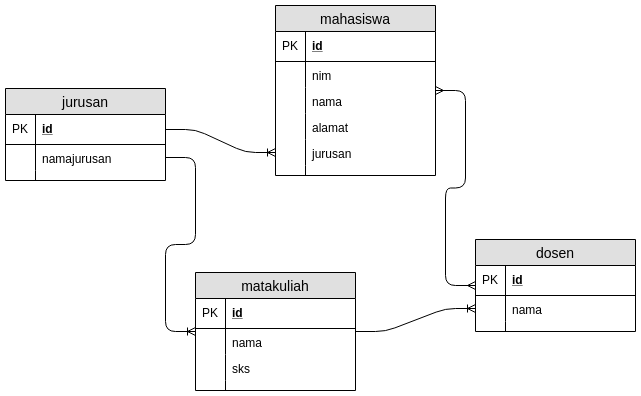
This is 014 - Database/university.db.png from emzhofb/rubicamp, a draw.io export, as it was before one commit. Source tidied: cells renumbered, new cells last; positions are measured from the earlier drawing's top-left corner, leaving out a move shared by most shapes.
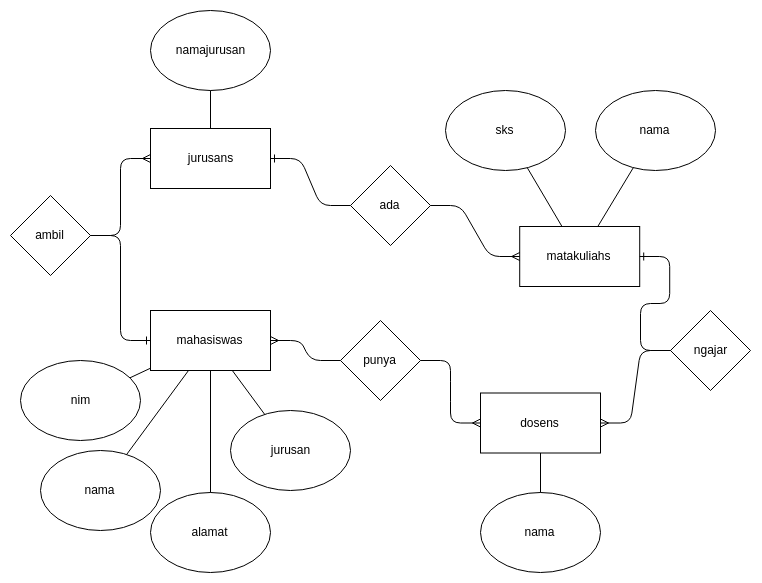
The same file after the commit.

Diff of the diagram source:
```diff
@@ -2,125 +2,101 @@
   <root>
     <mxCell id="0" />
     <mxCell id="1" parent="0" />
-    <mxCell id="2" value="mahasiswa" style="swimlane;fontStyle=0;horizontal=1;startSize=26;fillColor=#e0e0e0;swimlaneFillColor=#ffffff;align=center;fontSize=14;" parent="1" vertex="1">
-      <mxGeometry x="270" width="160" height="170" as="geometry" />
-    </mxCell>
-    <mxCell id="3" value="id" style="shape=partialRectangle;top=0;left=0;right=0;bottom=1;align=left;verticalAlign=middle;fillColor=none;spacingLeft=34;spacingRight=4;overflow=hidden;fontStyle=5;fontSize=12;" parent="2" vertex="1">
-      <mxGeometry y="26" width="160" height="30" as="geometry" />
-    </mxCell>
-    <mxCell id="4" value="PK" style="shape=partialRectangle;top=0;left=0;bottom=0;fillColor=none;align=left;verticalAlign=middle;spacingLeft=4;spacingRight=4;overflow=hidden;fontSize=12;" parent="3" vertex="1">
-      <mxGeometry width="30" height="30" as="geometry" />
-    </mxCell>
+    <mxCell id="42" value="mahasiswas" style="rounded=0;whiteSpace=wrap;html=1;" parent="1" vertex="1">
+      <mxGeometry x="-290" y="143" width="120" height="60" as="geometry" />
+    </mxCell>
+    <mxCell id="43" value="&lt;span&gt;nama&lt;/span&gt;" style="ellipse;whiteSpace=wrap;html=1;" parent="1" vertex="1">
+      <mxGeometry x="-400" y="283" width="120" height="80" as="geometry" />
+    </mxCell>
-    <mxCell id="5" value="nim" style="shape=partialRectangle;top=0;left=0;right=0;bottom=0;align=left;verticalAlign=top;fillColor=none;spacingLeft=34;spacingRight=4;overflow=hidden;points=[[0,0.5],[1,0.5]];portConstraint=eastwest;fontSize=12;" parent="2" vertex="1">
-      <mxGeometry y="56" width="160" height="26" as="geometry" />
+    <mxCell id="5" value="&lt;span&gt;nim&lt;/span&gt;" style="ellipse;whiteSpace=wrap;html=1;" parent="1" vertex="1">
+      <mxGeometry x="-420" y="193" width="120" height="80" as="geometry" />
     </mxCell>
-    <mxCell id="6" style="shape=partialRectangle;top=0;left=0;bottom=0;fillColor=none;align=left;verticalAlign=top;spacingLeft=4;spacingRight=4;overflow=hidden;fontSize=12;" parent="5" vertex="1">
-      <mxGeometry width="30" height="26" as="geometry" />
-    </mxCell>
-    <mxCell id="7" value="nama" style="shape=partialRectangle;top=0;left=0;right=0;bottom=0;align=left;verticalAlign=top;fillColor=none;spacingLeft=34;spacingRight=4;overflow=hidden;fontSize=12;" parent="2" vertex="1">
-      <mxGeometry y="82" width="160" height="26" as="geometry" />
-    </mxCell>
-    <mxCell id="8" style="shape=partialRectangle;top=0;left=0;bottom=0;fillColor=none;align=left;verticalAlign=top;spacingLeft=4;spacingRight=4;overflow=hidden;fontSize=12;" parent="7" vertex="1">
-      <mxGeometry width="30" height="26" as="geometry" />
-    </mxCell>
+    <mxCell id="44" value="&lt;span&gt;jurusan&lt;/span&gt;" style="ellipse;whiteSpace=wrap;html=1;" parent="1" vertex="1">
+      <mxGeometry x="-210" y="243" width="120" height="80" as="geometry" />
+    </mxCell>
-    <mxCell id="9" value="alamat" style="shape=partialRectangle;top=0;left=0;right=0;bottom=0;align=left;verticalAlign=top;fillColor=none;spacingLeft=34;spacingRight=4;overflow=hidden;points=[[0,0.5],[1,0.5]];portConstraint=eastwest;fontSize=12;" parent="2" vertex="1">
-      <mxGeometry y="108" width="160" height="26" as="geometry" />
+    <mxCell id="9" value="&lt;span&gt;alamat&lt;/span&gt;" style="ellipse;whiteSpace=wrap;html=1;" parent="1" vertex="1">
+      <mxGeometry x="-290" y="325" width="120" height="80" as="geometry" />
     </mxCell>
-    <mxCell id="10" style="shape=partialRectangle;top=0;left=0;bottom=0;fillColor=none;align=left;verticalAlign=top;spacingLeft=4;spacingRight=4;overflow=hidden;fontSize=12;" parent="9" vertex="1">
-      <mxGeometry width="30" height="26" as="geometry" />
-    </mxCell>
-    <mxCell id="11" value="jurusan" style="shape=partialRectangle;top=0;left=0;right=0;bottom=0;align=left;verticalAlign=top;fillColor=none;spacingLeft=34;spacingRight=4;overflow=hidden;points=[[0,0.5],[1,0.5]];portConstraint=eastwest;fontSize=12;" parent="2" vertex="1">
-      <mxGeometry y="134" width="160" height="26" as="geometry" />
-    </mxCell>
-    <mxCell id="12" style="shape=partialRectangle;top=0;left=0;bottom=0;fillColor=none;align=left;verticalAlign=top;spacingLeft=4;spacingRight=4;overflow=hidden;fontSize=12;" parent="11" vertex="1">
-      <mxGeometry width="30" height="26" as="geometry" />
-    </mxCell>
-    <mxCell id="13" style="shape=partialRectangle;top=0;left=0;right=0;bottom=0;align=left;verticalAlign=top;fillColor=none;spacingLeft=34;spacingRight=4;overflow=hidden;fontSize=12;" parent="2" vertex="1">
-      <mxGeometry y="160" width="160" height="10" as="geometry" />
-    </mxCell>
-    <mxCell id="14" style="shape=partialRectangle;top=0;left=0;bottom=0;fillColor=none;align=left;verticalAlign=top;spacingLeft=4;spacingRight=4;overflow=hidden;fontSize=12;" parent="13" vertex="1">
-      <mxGeometry width="30" height="10" as="geometry" />
-    </mxCell>
-    <mxCell id="15" value="jurusan" style="swimlane;fontStyle=0;horizontal=1;startSize=26;fillColor=#e0e0e0;swimlaneFillColor=#ffffff;align=center;fontSize=14;" parent="1" vertex="1">
-      <mxGeometry y="83" width="160" height="92" as="geometry" />
-    </mxCell>
-    <mxCell id="16" value="id" style="shape=partialRectangle;top=0;left=0;right=0;bottom=1;align=left;verticalAlign=middle;fillColor=none;spacingLeft=34;spacingRight=4;overflow=hidden;points=[[0,0.5],[1,0.5]];portConstraint=eastwest;fontStyle=5;fontSize=12;" parent="15" vertex="1">
-      <mxGeometry y="26" width="160" height="30" as="geometry" />
-    </mxCell>
-    <mxCell id="17" value="PK" style="shape=partialRectangle;top=0;left=0;bottom=0;fillColor=none;align=left;verticalAlign=middle;spacingLeft=4;spacingRight=4;overflow=hidden;fontSize=12;" parent="16" vertex="1">
-      <mxGeometry width="30" height="30" as="geometry" />
-    </mxCell>
+    <mxCell id="45" style="endArrow=none;html=1;" parent="1" edge="1" source="5" target="42">
+      <mxGeometry relative="1" as="geometry" />
+    </mxCell>
+    <mxCell id="46" style="endArrow=none;html=1;" parent="1" edge="1" source="43" target="42">
+      <mxGeometry relative="1" as="geometry" />
+    </mxCell>
+    <mxCell id="47" style="endArrow=none;html=1;" parent="1" edge="1" source="9" target="42">
+      <mxGeometry relative="1" as="geometry" />
+    </mxCell>
+    <mxCell id="48" style="endArrow=none;html=1;" parent="1" edge="1" source="44" target="42">
+      <mxGeometry relative="1" as="geometry" />
+    </mxCell>
+    <mxCell id="49" value="jurusans" style="rounded=0;whiteSpace=wrap;html=1;" parent="1" vertex="1">
+      <mxGeometry x="-290" y="-39" width="120" height="60" as="geometry" />
+    </mxCell>
-    <mxCell id="18" value="namajurusan" style="shape=partialRectangle;top=0;left=0;right=0;bottom=0;align=left;verticalAlign=top;fillColor=none;spacingLeft=34;spacingRight=4;overflow=hidden;points=[[0,0.5],[1,0.5]];portConstraint=eastwest;fontSize=12;" parent="15" vertex="1">
-      <mxGeometry y="56" width="160" height="26" as="geometry" />
+    <mxCell id="18" value="namajurusan" style="ellipse;whiteSpace=wrap;html=1;" parent="1" vertex="1">
+      <mxGeometry x="-290" y="-157" width="120" height="80" as="geometry" />
     </mxCell>
-    <mxCell id="19" style="shape=partialRectangle;top=0;left=0;bottom=0;fillColor=none;align=left;verticalAlign=top;spacingLeft=4;spacingRight=4;overflow=hidden;fontSize=12;" parent="18" vertex="1">
-      <mxGeometry width="30" height="26" as="geometry" />
-    </mxCell>
-    <mxCell id="20" style="shape=partialRectangle;top=0;left=0;right=0;bottom=0;align=left;verticalAlign=top;fillColor=none;spacingLeft=34;spacingRight=4;overflow=hidden;fontSize=12;" parent="15" vertex="1">
-      <mxGeometry y="82" width="160" height="10" as="geometry" />
-    </mxCell>
-    <mxCell id="21" style="shape=partialRectangle;top=0;left=0;bottom=0;fillColor=none;align=left;verticalAlign=top;spacingLeft=4;spacingRight=4;overflow=hidden;fontSize=12;" parent="20" vertex="1">
-      <mxGeometry width="30" height="10" as="geometry" />
-    </mxCell>
-    <mxCell id="22" value="matakuliah" style="swimlane;fontStyle=0;horizontal=1;startSize=26;fillColor=#e0e0e0;swimlaneFillColor=#ffffff;align=center;fontSize=14;" parent="1" vertex="1">
-      <mxGeometry x="190" y="267" width="160" height="118" as="geometry" />
-    </mxCell>
-    <mxCell id="23" value="id" style="shape=partialRectangle;top=0;left=0;right=0;bottom=1;align=left;verticalAlign=middle;fillColor=none;spacingLeft=34;spacingRight=4;overflow=hidden;fontStyle=5;fontSize=12;" parent="22" vertex="1">
-      <mxGeometry y="26" width="160" height="30" as="geometry" />
-    </mxCell>
-    <mxCell id="24" value="PK" style="shape=partialRectangle;top=0;left=0;bottom=0;fillColor=none;align=left;verticalAlign=middle;spacingLeft=4;spacingRight=4;overflow=hidden;fontSize=12;" parent="23" vertex="1">
-      <mxGeometry width="30" height="30" as="geometry" />
-    </mxCell>
-    <mxCell id="25" value="nama" style="shape=partialRectangle;top=0;left=0;right=0;bottom=0;align=left;verticalAlign=top;fillColor=none;spacingLeft=34;spacingRight=4;overflow=hidden;fontSize=12;" parent="22" vertex="1">
-      <mxGeometry y="56" width="160" height="26" as="geometry" />
-    </mxCell>
-    <mxCell id="26" style="shape=partialRectangle;top=0;left=0;bottom=0;fillColor=none;align=left;verticalAlign=top;spacingLeft=4;spacingRight=4;overflow=hidden;fontSize=12;" parent="25" vertex="1">
-      <mxGeometry width="30" height="26" as="geometry" />
-    </mxCell>
+    <mxCell id="50" style="endArrow=none;html=1;" parent="1" edge="1" source="49" target="18">
+      <mxGeometry relative="1" as="geometry" />
+    </mxCell>
+    <mxCell id="51" value="dosens" style="rounded=0;whiteSpace=wrap;html=1;" parent="1" vertex="1">
+      <mxGeometry x="40" y="225.5" width="120" height="60" as="geometry" />
+    </mxCell>
+    <mxCell id="52" value="nama" style="ellipse;whiteSpace=wrap;html=1;" parent="1" vertex="1">
+      <mxGeometry x="40" y="325" width="120" height="80" as="geometry" />
+    </mxCell>
+    <mxCell id="53" style="endArrow=none;html=1;" parent="1" edge="1" source="52" target="51">
+      <mxGeometry relative="1" as="geometry" />
+    </mxCell>
+    <mxCell id="54" value="matakuliahs" style="rounded=0;whiteSpace=wrap;html=1;" parent="1" vertex="1">
+      <mxGeometry x="79.2" y="59" width="120" height="60" as="geometry" />
+    </mxCell>
-    <mxCell id="27" value="sks" style="shape=partialRectangle;top=0;left=0;right=0;bottom=0;align=left;verticalAlign=top;fillColor=none;spacingLeft=34;spacingRight=4;overflow=hidden;points=[[0,0.5],[1,0.5]];portConstraint=eastwest;fontSize=12;" parent="22" vertex="1">
-      <mxGeometry y="82" width="160" height="26" as="geometry" />
+    <mxCell id="27" value="&lt;span&gt;sks&lt;/span&gt;" style="ellipse;whiteSpace=wrap;html=1;" parent="1" vertex="1">
+      <mxGeometry x="5.2" y="-77" width="120" height="80" as="geometry" />
     </mxCell>
-    <mxCell id="28" style="shape=partialRectangle;top=0;left=0;bottom=0;fillColor=none;align=left;verticalAlign=top;spacingLeft=4;spacingRight=4;overflow=hidden;fontSize=12;" parent="27" vertex="1">
-      <mxGeometry width="30" height="26" as="geometry" />
-    </mxCell>
-    <mxCell id="29" style="shape=partialRectangle;top=0;left=0;right=0;bottom=0;align=left;verticalAlign=top;fillColor=none;spacingLeft=34;spacingRight=4;overflow=hidden;fontSize=12;" parent="22" vertex="1">
-      <mxGeometry y="108" width="160" height="10" as="geometry" />
-    </mxCell>
-    <mxCell id="30" style="shape=partialRectangle;top=0;left=0;bottom=0;fillColor=none;align=left;verticalAlign=top;spacingLeft=4;spacingRight=4;overflow=hidden;fontSize=12;" parent="29" vertex="1">
-      <mxGeometry width="30" height="10" as="geometry" />
-    </mxCell>
-    <mxCell id="31" value="dosen" style="swimlane;fontStyle=0;horizontal=1;startSize=26;fillColor=#e0e0e0;swimlaneFillColor=#ffffff;align=center;fontSize=14;" parent="1" vertex="1">
-      <mxGeometry x="470" y="234" width="160" height="92" as="geometry" />
-    </mxCell>
-    <mxCell id="32" value="id" style="shape=partialRectangle;top=0;left=0;right=0;bottom=1;align=left;verticalAlign=middle;fillColor=none;spacingLeft=34;spacingRight=4;overflow=hidden;fontStyle=5;fontSize=12;" parent="31" vertex="1">
-      <mxGeometry y="26" width="160" height="30" as="geometry" />
-    </mxCell>
-    <mxCell id="33" value="PK" style="shape=partialRectangle;top=0;left=0;bottom=0;fillColor=none;align=left;verticalAlign=middle;spacingLeft=4;spacingRight=4;overflow=hidden;fontSize=12;" parent="32" vertex="1">
-      <mxGeometry width="30" height="30" as="geometry" />
-    </mxCell>
-    <mxCell id="34" value="nama" style="shape=partialRectangle;top=0;left=0;right=0;bottom=0;align=left;verticalAlign=top;fillColor=none;spacingLeft=34;spacingRight=4;overflow=hidden;points=[[0,0.5],[1,0.5]];portConstraint=eastwest;fontSize=12;" parent="31" vertex="1">
-      <mxGeometry y="56" width="160" height="26" as="geometry" />
-    </mxCell>
-    <mxCell id="35" style="shape=partialRectangle;top=0;left=0;bottom=0;fillColor=none;align=left;verticalAlign=top;spacingLeft=4;spacingRight=4;overflow=hidden;fontSize=12;" parent="34" vertex="1">
-      <mxGeometry width="30" height="26" as="geometry" />
-    </mxCell>
-    <mxCell id="36" style="shape=partialRectangle;top=0;left=0;right=0;bottom=0;align=left;verticalAlign=top;fillColor=none;spacingLeft=34;spacingRight=4;overflow=hidden;fontSize=12;" parent="31" vertex="1">
-      <mxGeometry y="82" width="160" height="10" as="geometry" />
-    </mxCell>
-    <mxCell id="37" style="shape=partialRectangle;top=0;left=0;bottom=0;fillColor=none;align=left;verticalAlign=top;spacingLeft=4;spacingRight=4;overflow=hidden;fontSize=12;" parent="36" vertex="1">
-      <mxGeometry width="30" height="10" as="geometry" />
-    </mxCell>
-    <mxCell id="38" style="edgeStyle=entityRelationEdgeStyle;fontSize=12;html=1;endArrow=ERmany;startArrow=ERmany;" parent="1" edge="1" source="2" target="31">
-      <mxGeometry relative="1" as="geometry" />
-    </mxCell>
-    <mxCell id="39" style="edgeStyle=entityRelationEdgeStyle;fontSize=12;html=1;endArrow=ERoneToMany;" parent="1" edge="1" source="18" target="22">
-      <mxGeometry relative="1" as="geometry" />
-    </mxCell>
-    <mxCell id="40" style="edgeStyle=entityRelationEdgeStyle;fontSize=12;html=1;endArrow=ERoneToMany;" parent="1" edge="1" source="16" target="11">
-      <mxGeometry relative="1" as="geometry" />
-    </mxCell>
-    <mxCell id="41" style="edgeStyle=entityRelationEdgeStyle;fontSize=12;html=1;endArrow=ERoneToMany;" parent="1" edge="1" source="22" target="34">
-      <mxGeometry relative="1" as="geometry" />
-    </mxCell>
+    <mxCell id="55" value="&lt;span&gt;nama&lt;/span&gt;" style="ellipse;whiteSpace=wrap;html=1;" parent="1" vertex="1">
+      <mxGeometry x="155.2" y="-77" width="120" height="80" as="geometry" />
+    </mxCell>
+    <mxCell id="56" style="endArrow=none;html=1;" parent="1" edge="1" source="54" target="27">
+      <mxGeometry relative="1" as="geometry" />
+    </mxCell>
+    <mxCell id="57" style="endArrow=none;html=1;" parent="1" edge="1" source="54" target="55">
+      <mxGeometry relative="1" as="geometry" />
+    </mxCell>
+    <mxCell id="58" value="punya" style="rhombus;whiteSpace=wrap;html=1;" parent="1" vertex="1">
+      <mxGeometry x="-100" y="153" width="80" height="80" as="geometry" />
+    </mxCell>
+    <mxCell id="59" style="edgeStyle=entityRelationEdgeStyle;fontSize=12;html=1;endArrow=ERmany;" parent="1" edge="1" source="58" target="51">
+      <mxGeometry relative="1" as="geometry" />
+    </mxCell>
+    <mxCell id="60" style="edgeStyle=entityRelationEdgeStyle;fontSize=12;html=1;endArrow=ERmany;" parent="1" edge="1" source="58" target="42">
+      <mxGeometry relative="1" as="geometry" />
+    </mxCell>
+    <mxCell id="61" value="ambil" style="rhombus;whiteSpace=wrap;html=1;" parent="1" vertex="1">
+      <mxGeometry x="-430" y="28" width="80" height="80" as="geometry" />
+    </mxCell>
+    <mxCell id="62" style="edgeStyle=entityRelationEdgeStyle;fontSize=12;html=1;endArrow=ERmany;" parent="1" edge="1" source="61" target="49">
+      <mxGeometry relative="1" as="geometry" />
+    </mxCell>
+    <mxCell id="63" style="edgeStyle=entityRelationEdgeStyle;fontSize=12;html=1;endArrow=ERone;endFill=1;" parent="1" edge="1" source="61" target="42">
+      <mxGeometry relative="1" as="geometry" />
+    </mxCell>
+    <mxCell id="64" value="ada" style="rhombus;whiteSpace=wrap;html=1;" parent="1" vertex="1">
+      <mxGeometry x="-90" y="-2" width="80" height="80" as="geometry" />
+    </mxCell>
+    <mxCell id="65" style="edgeStyle=entityRelationEdgeStyle;fontSize=12;html=1;endArrow=ERone;endFill=1;" parent="1" edge="1" source="64" target="49">
+      <mxGeometry relative="1" as="geometry" />
+    </mxCell>
+    <mxCell id="66" style="edgeStyle=entityRelationEdgeStyle;fontSize=12;html=1;endArrow=ERmany;" parent="1" edge="1" source="64" target="54">
+      <mxGeometry relative="1" as="geometry" />
+    </mxCell>
+    <mxCell id="67" value="ngajar" style="rhombus;whiteSpace=wrap;html=1;" parent="1" vertex="1">
+      <mxGeometry x="230" y="143" width="80" height="80" as="geometry" />
+    </mxCell>
+    <mxCell id="68" style="edgeStyle=entityRelationEdgeStyle;fontSize=12;html=1;endArrow=ERone;endFill=1;" parent="1" edge="1" source="67" target="54">
+      <mxGeometry relative="1" as="geometry" />
+    </mxCell>
+    <mxCell id="69" style="edgeStyle=entityRelationEdgeStyle;fontSize=12;html=1;endArrow=ERmany;" parent="1" edge="1" source="67" target="51">
+      <mxGeometry relative="1" as="geometry" />
+    </mxCell>
   </root>
 </mxGraphModel>
```
